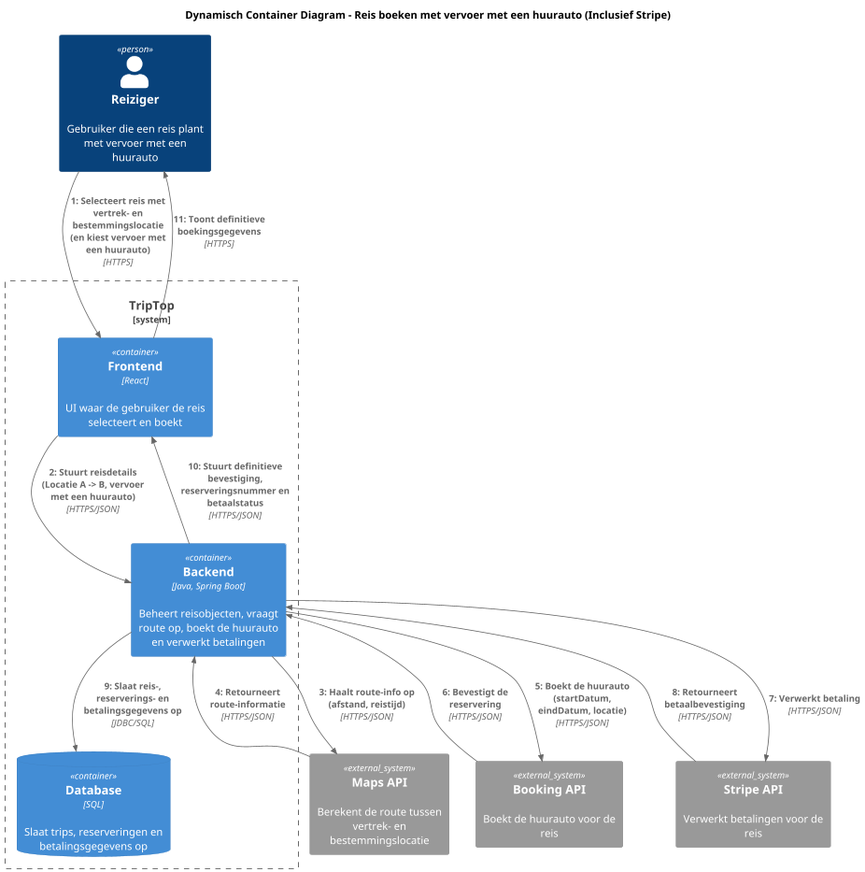
Before: software-guidebook/dynamisch-container-diagrammen/reis-boeken-dynamisch-diagram.png, a diagram exported from PlantUML (AIM-ENE-feb25/triptop-asas).
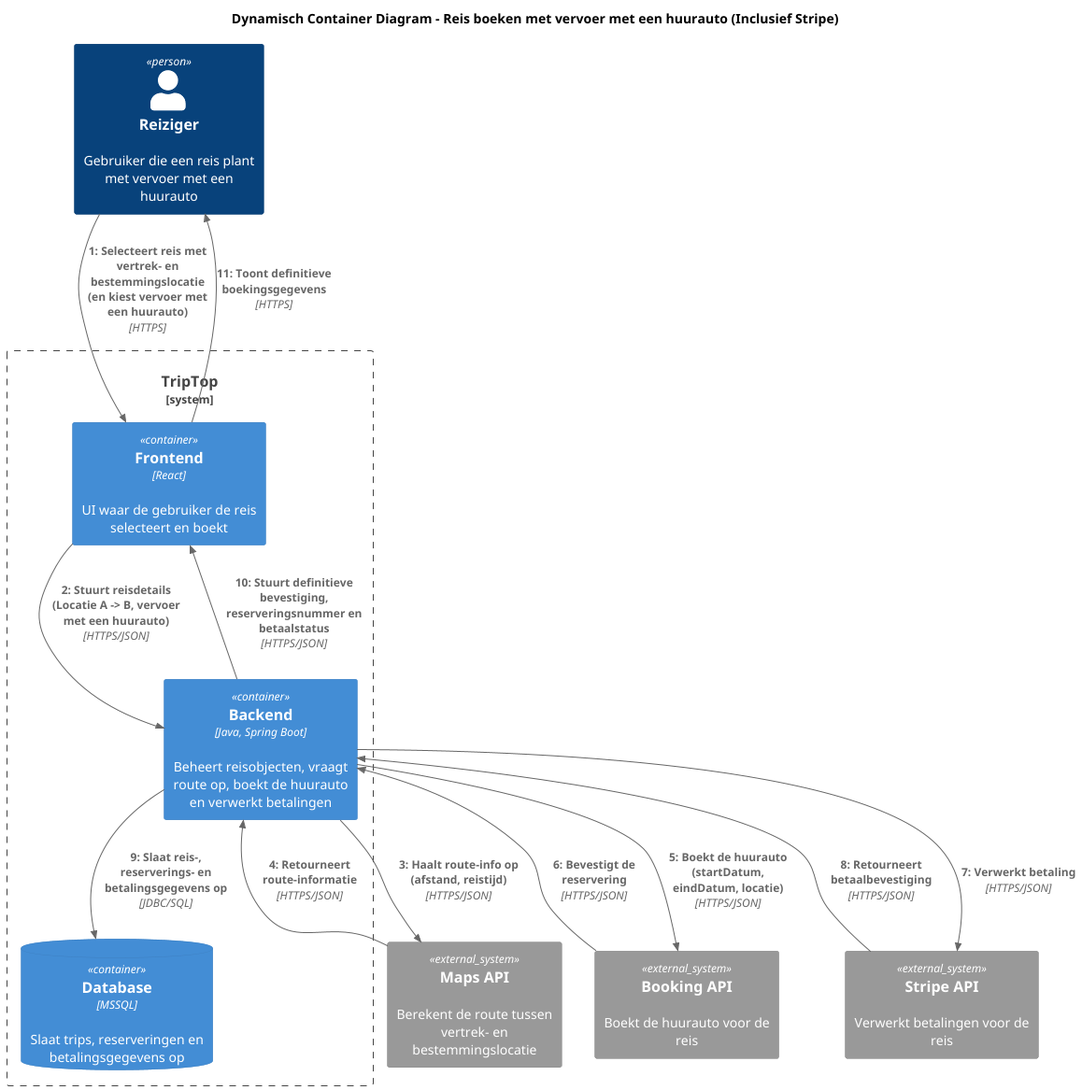
The same diagram one commit later.

Diff of the diagram source:
```diff
@@ -6,7 +6,7 @@
 System_Boundary(triptop, "TripTop") {
     Container(frontend, "Frontend", "React", "UI waar de gebruiker de reis selecteert en boekt")
     Container(backend, "Backend", "Java, Spring Boot", "Beheert reisobjecten, vraagt route op, boekt de huurauto en verwerkt betalingen")
-    ContainerDb(db, "Database", "SQL", "Slaat trips, reserveringen en betalingsgegevens op")
+    ContainerDb(db, "Database", "MSSQL", "Slaat trips, reserveringen en betalingsgegevens op")
     }
 System_Ext(mapsApi, "Maps API", "Berekent de route tussen vertrek- en bestemmingslocatie")
 System_Ext(autohuurApi, "Booking API", "Boekt de huurauto voor de reis")
```
